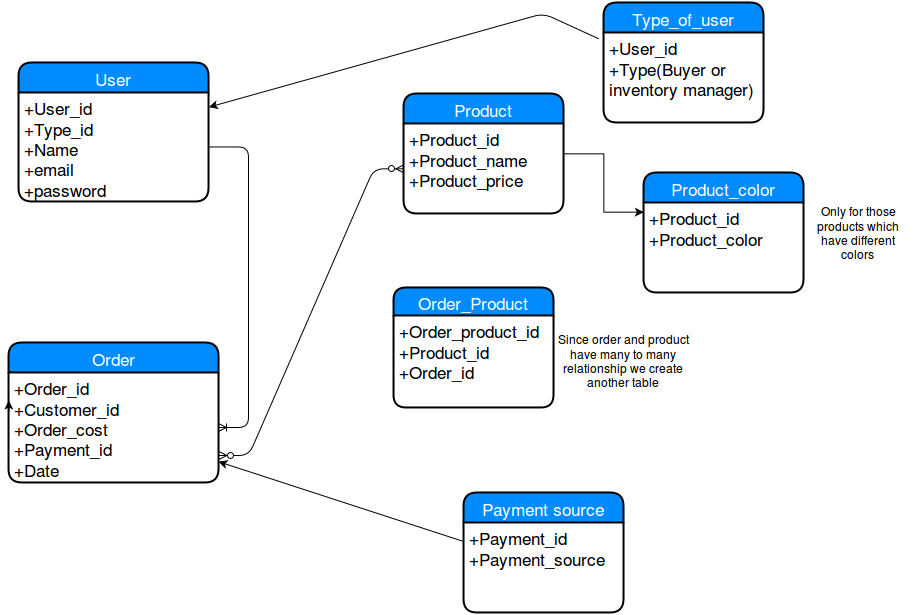
Earlier version of the draw.io export Basic_Design.png (deeps-webonise/RDBMS-Assignment). Source tidied: cells renumbered, new cells last; positions are measured from the earlier drawing's top-left corner, leaving out a move shared by most shapes. Its diagram source:
```xml
<mxGraphModel background="#ffffff">
  <root>
    <mxCell id="0" />
    <mxCell id="1" parent="0" />
    <mxCell id="2" value="Order" style="swimlane;html=1;horizontal=1;startSize=30;fillColor=#008cff;fontColor=#FFFFFF;rounded=1;fontSize=17;fontStyle=0;strokeWidth=2;shadow=0;dashed=0;align=center;" parent="1" vertex="1">
      <mxGeometry y="340" width="210" height="140" as="geometry" />
    </mxCell>
    <mxCell id="3" value="+Order_id&lt;br&gt;+Customer_id&lt;br&gt;+Order_cost&lt;br&gt;+Payment_id&lt;br&gt;+Date&lt;br&gt;&lt;br&gt;" style="whiteSpace=wrap;html=1;align=left;strokeColor=none;fillColor=none;spacingLeft=4;fontSize=17;verticalAlign=top;" parent="2" vertex="1">
      <mxGeometry y="30" width="210" height="110" as="geometry" />
    </mxCell>
    <mxCell id="4" style="edgeStyle=orthogonalEdgeStyle;rounded=0;html=1;exitX=0;exitY=0.5;entryX=0;entryY=0.25;jettySize=auto;" parent="2" edge="1" source="2" target="3">
      <mxGeometry relative="1" as="geometry" />
    </mxCell>
    <mxCell id="5" value="User" style="swimlane;html=1;horizontal=1;startSize=30;fillColor=#008cff;fontColor=#FFFFFF;rounded=1;fontSize=17;fontStyle=0;strokeWidth=2;shadow=0;dashed=0;align=center;" parent="1" vertex="1">
      <mxGeometry x="10" y="60" width="190" height="139" as="geometry" />
    </mxCell>
    <mxCell id="6" value="+User_id&lt;br&gt;+Type_id&lt;br&gt;+Name&lt;br&gt;+email&lt;br&gt;+password&lt;br&gt;" style="whiteSpace=wrap;html=1;align=left;strokeColor=none;fillColor=none;spacingLeft=4;fontSize=17;verticalAlign=top;" parent="5" vertex="1">
      <mxGeometry y="30" width="190" height="109" as="geometry" />
    </mxCell>
    <mxCell id="7" style="edgeStyle=entityRelationEdgeStyle;html=1;endArrow=ERoneToMany;" parent="1" edge="1" source="6" target="3">
      <mxGeometry relative="1" as="geometry" />
    </mxCell>
    <mxCell id="8" value="Order_Product" style="swimlane;html=1;horizontal=1;startSize=28;fillColor=#008cff;fontColor=#FFFFFF;rounded=1;fontSize=17;fontStyle=0;strokeWidth=2;shadow=0;dashed=0;align=center;" parent="1" vertex="1">
      <mxGeometry x="385" y="285" width="160" height="120" as="geometry" />
    </mxCell>
    <mxCell id="9" value="+Order_product_id&lt;br&gt;+Product_id&lt;br&gt;+Order_id&lt;br&gt;&lt;br&gt;" style="whiteSpace=wrap;html=1;align=left;strokeColor=none;fillColor=none;spacingLeft=4;fontSize=17;verticalAlign=top;" parent="8" vertex="1">
      <mxGeometry y="28" width="160" height="92" as="geometry" />
    </mxCell>
    <mxCell id="10" style="edgeStyle=orthogonalEdgeStyle;rounded=0;html=1;exitX=1;exitY=0.5;entryX=0;entryY=0.111;entryPerimeter=0;jettySize=auto;" parent="1" edge="1" source="11" target="22">
      <mxGeometry relative="1" as="geometry" />
    </mxCell>
    <mxCell id="11" value="Product" style="swimlane;html=1;horizontal=1;startSize=30;fillColor=#008cff;fontColor=#FFFFFF;rounded=1;fontSize=17;fontStyle=0;strokeWidth=2;shadow=0;dashed=0;align=center;" parent="1" vertex="1">
      <mxGeometry x="395" y="91" width="160" height="120" as="geometry" />
    </mxCell>
    <mxCell id="12" value="+Product_id&lt;br&gt;+Product_name&lt;br&gt;+Product_price&lt;br&gt;" style="whiteSpace=wrap;html=1;align=left;strokeColor=none;fillColor=none;spacingLeft=4;fontSize=17;verticalAlign=top;" parent="11" vertex="1">
      <mxGeometry y="30" width="160" height="90" as="geometry" />
    </mxCell>
    <mxCell id="13" style="edgeStyle=entityRelationEdgeStyle;html=1;endArrow=ERzeroToMany;endFill=1;startArrow=ERzeroToMany;exitX=1;exitY=0.75;entryX=0;entryY=0.5;" parent="1" edge="1" source="3" target="12">
      <mxGeometry relative="1" as="geometry" />
    </mxCell>
    <mxCell id="14" value="Since order and product have many to many relationship we create another table&lt;br&gt;" style="text;html=1;strokeColor=none;fillColor=none;align=center;verticalAlign=middle;whiteSpace=wrap;overflow=hidden;" parent="1" vertex="1">
      <mxGeometry x="545" y="324" width="140" height="70" as="geometry" />
    </mxCell>
    <mxCell id="15" style="endArrow=classic;html=1;exitX=-0.025;exitY=0.078;exitPerimeter=0;entryX=1.005;entryY=0.138;entryPerimeter=0;" parent="1" edge="1" source="17" target="6">
      <mxGeometry relative="1" as="geometry">
        <Array as="points">
          <mxPoint x="535" y="11" />
        </Array>
      </mxGeometry>
    </mxCell>
    <mxCell id="16" value="Type_of_user" style="swimlane;html=1;horizontal=1;startSize=30;fillColor=#008cff;fontColor=#FFFFFF;rounded=1;fontSize=17;fontStyle=0;strokeWidth=2;shadow=0;dashed=0;align=center;" parent="1" vertex="1">
      <mxGeometry x="595" width="160" height="120" as="geometry" />
    </mxCell>
    <mxCell id="17" value="+User_id&lt;br&gt;+Type(Buyer or inventory manager)&lt;br&gt;" style="whiteSpace=wrap;html=1;align=left;strokeColor=none;fillColor=none;spacingLeft=4;fontSize=17;verticalAlign=top;" parent="16" vertex="1">
      <mxGeometry y="30" width="160" height="90" as="geometry" />
    </mxCell>
    <mxCell id="18" value="Payment source&lt;br&gt;" style="swimlane;html=1;horizontal=1;startSize=30;fillColor=#008cff;fontColor=#FFFFFF;rounded=1;fontSize=17;fontStyle=0;strokeWidth=2;shadow=0;dashed=0;align=center;" parent="1" vertex="1">
      <mxGeometry x="455" y="490" width="160" height="120" as="geometry" />
    </mxCell>
    <mxCell id="19" value="+Payment_id&lt;br&gt;+Payment_source" style="whiteSpace=wrap;html=1;align=left;strokeColor=none;fillColor=none;spacingLeft=4;fontSize=17;verticalAlign=top;" parent="18" vertex="1">
      <mxGeometry y="30" width="160" height="90" as="geometry" />
    </mxCell>
    <mxCell id="20" style="endArrow=classic;html=1;" parent="1" edge="1" source="19" target="3">
      <mxGeometry relative="1" as="geometry" />
    </mxCell>
    <mxCell id="21" value="Product_color" style="swimlane;html=1;horizontal=1;startSize=30;fillColor=#008cff;fontColor=#FFFFFF;rounded=1;fontSize=17;fontStyle=0;strokeWidth=2;shadow=0;dashed=0;align=center;" parent="1" vertex="1">
      <mxGeometry x="635" y="170" width="160" height="120" as="geometry" />
    </mxCell>
    <mxCell id="22" value="+Product_id&lt;br&gt;+Product_color&lt;br&gt;" style="whiteSpace=wrap;html=1;align=left;strokeColor=none;fillColor=none;spacingLeft=4;fontSize=17;verticalAlign=top;" parent="21" vertex="1">
      <mxGeometry y="30" width="160" height="90" as="geometry" />
    </mxCell>
    <mxCell id="23" value="Only for those products which have different colors&lt;br&gt;" style="text;html=1;strokeColor=none;fillColor=none;align=center;verticalAlign=middle;whiteSpace=wrap;overflow=hidden;" parent="1" vertex="1">
      <mxGeometry x="795" y="183" width="110" height="95" as="geometry" />
    </mxCell>
  </root>
</mxGraphModel>
```
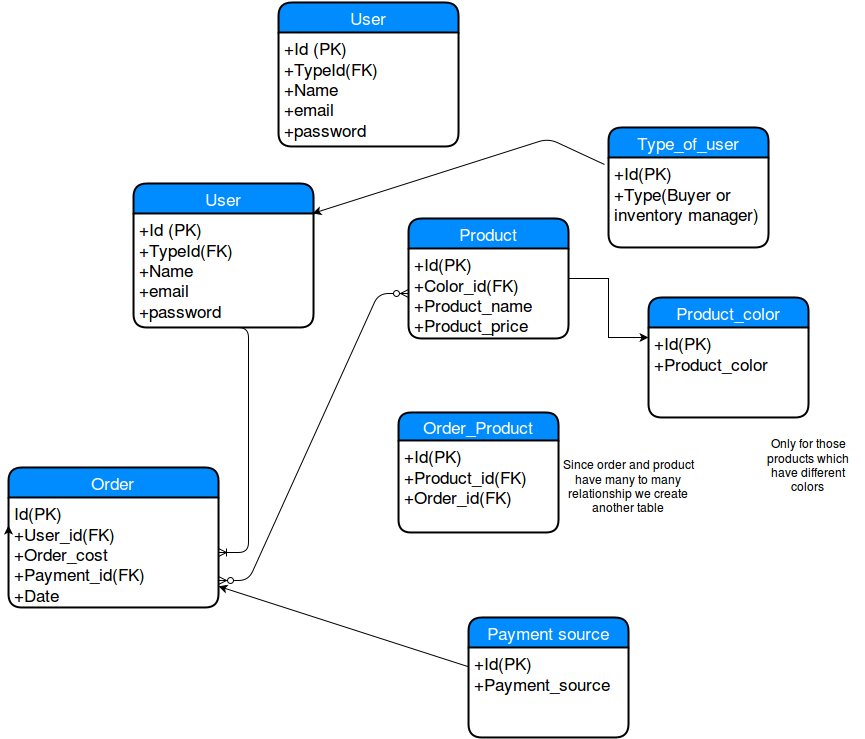
Later version of the same file.

Change to the diagram source:
```diff
@@ -3,36 +3,21 @@
     <mxCell id="0" />
     <mxCell id="1" parent="0" />
     <mxCell id="2" value="Order" style="swimlane;html=1;horizontal=1;startSize=30;fillColor=#008cff;fontColor=#FFFFFF;rounded=1;fontSize=17;fontStyle=0;strokeWidth=2;shadow=0;dashed=0;align=center;" parent="1" vertex="1">
-      <mxGeometry y="340" width="210" height="140" as="geometry" />
+      <mxGeometry x="-5" y="340" width="210" height="140" as="geometry" />
     </mxCell>
-    <mxCell id="3" value="+Order_id&lt;br&gt;+Customer_id&lt;br&gt;+Order_cost&lt;br&gt;+Payment_id&lt;br&gt;+Date&lt;br&gt;&lt;br&gt;" style="whiteSpace=wrap;html=1;align=left;strokeColor=none;fillColor=none;spacingLeft=4;fontSize=17;verticalAlign=top;" parent="2" vertex="1">
+    <mxCell id="3" value="Id(PK)&lt;br&gt;+User_id(FK)&lt;br&gt;+Order_cost&lt;br&gt;+Payment_id(FK)&lt;br&gt;+Date&lt;br&gt;&lt;br&gt;" style="whiteSpace=wrap;html=1;align=left;strokeColor=none;fillColor=none;spacingLeft=4;fontSize=17;verticalAlign=top;" parent="2" vertex="1">
       <mxGeometry y="30" width="210" height="110" as="geometry" />
     </mxCell>
     <mxCell id="4" style="edgeStyle=orthogonalEdgeStyle;rounded=0;html=1;exitX=0;exitY=0.5;entryX=0;entryY=0.25;jettySize=auto;" parent="2" edge="1" source="2" target="3">
       <mxGeometry relative="1" as="geometry" />
     </mxCell>
-    <mxCell id="5" value="User" style="swimlane;html=1;horizontal=1;startSize=30;fillColor=#008cff;fontColor=#FFFFFF;rounded=1;fontSize=17;fontStyle=0;strokeWidth=2;shadow=0;dashed=0;align=center;" parent="1" vertex="1">
-      <mxGeometry x="10" y="60" width="190" height="139" as="geometry" />
-    </mxCell>
-    <mxCell id="6" value="+User_id&lt;br&gt;+Type_id&lt;br&gt;+Name&lt;br&gt;+email&lt;br&gt;+password&lt;br&gt;" style="whiteSpace=wrap;html=1;align=left;strokeColor=none;fillColor=none;spacingLeft=4;fontSize=17;verticalAlign=top;" parent="5" vertex="1">
-      <mxGeometry y="30" width="190" height="109" as="geometry" />
-    </mxCell>
-    <mxCell id="7" style="edgeStyle=entityRelationEdgeStyle;html=1;endArrow=ERoneToMany;" parent="1" edge="1" source="6" target="3">
+    <mxCell id="7" style="edgeStyle=entityRelationEdgeStyle;html=1;endArrow=ERoneToMany;exitX=0.361;exitY=1;exitPerimeter=0;" parent="1" edge="1" source="25" target="3">
       <mxGeometry relative="1" as="geometry" />
     </mxCell>
-    <mxCell id="8" value="Order_Product" style="swimlane;html=1;horizontal=1;startSize=28;fillColor=#008cff;fontColor=#FFFFFF;rounded=1;fontSize=17;fontStyle=0;strokeWidth=2;shadow=0;dashed=0;align=center;" parent="1" vertex="1">
-      <mxGeometry x="385" y="285" width="160" height="120" as="geometry" />
-    </mxCell>
-    <mxCell id="9" value="+Order_product_id&lt;br&gt;+Product_id&lt;br&gt;+Order_id&lt;br&gt;&lt;br&gt;" style="whiteSpace=wrap;html=1;align=left;strokeColor=none;fillColor=none;spacingLeft=4;fontSize=17;verticalAlign=top;" parent="8" vertex="1">
-      <mxGeometry y="28" width="160" height="92" as="geometry" />
-    </mxCell>
-    <mxCell id="10" style="edgeStyle=orthogonalEdgeStyle;rounded=0;html=1;exitX=1;exitY=0.5;entryX=0;entryY=0.111;entryPerimeter=0;jettySize=auto;" parent="1" edge="1" source="11" target="22">
-      <mxGeometry relative="1" as="geometry" />
-    </mxCell>
     <mxCell id="11" value="Product" style="swimlane;html=1;horizontal=1;startSize=30;fillColor=#008cff;fontColor=#FFFFFF;rounded=1;fontSize=17;fontStyle=0;strokeWidth=2;shadow=0;dashed=0;align=center;" parent="1" vertex="1">
       <mxGeometry x="395" y="91" width="160" height="120" as="geometry" />
     </mxCell>
-    <mxCell id="12" value="+Product_id&lt;br&gt;+Product_name&lt;br&gt;+Product_price&lt;br&gt;" style="whiteSpace=wrap;html=1;align=left;strokeColor=none;fillColor=none;spacingLeft=4;fontSize=17;verticalAlign=top;" parent="11" vertex="1">
+    <mxCell id="12" value="+Id(PK)&lt;br&gt;+Color_id(FK)&lt;br&gt;+Product_name&lt;br&gt;+Product_price&lt;br&gt;" style="whiteSpace=wrap;html=1;align=left;strokeColor=none;fillColor=none;spacingLeft=4;fontSize=17;verticalAlign=top;" parent="11" vertex="1">
       <mxGeometry y="30" width="160" height="90" as="geometry" />
     </mxCell>
     <mxCell id="13" style="edgeStyle=entityRelationEdgeStyle;html=1;endArrow=ERzeroToMany;endFill=1;startArrow=ERzeroToMany;exitX=1;exitY=0.75;entryX=0;entryY=0.5;" parent="1" edge="1" source="3" target="12">
@@ -41,7 +26,7 @@
     <mxCell id="14" value="Since order and product have many to many relationship we create another table&lt;br&gt;" style="text;html=1;strokeColor=none;fillColor=none;align=center;verticalAlign=middle;whiteSpace=wrap;overflow=hidden;" parent="1" vertex="1">
       <mxGeometry x="545" y="324" width="140" height="70" as="geometry" />
     </mxCell>
-    <mxCell id="15" style="endArrow=classic;html=1;exitX=-0.025;exitY=0.078;exitPerimeter=0;entryX=1.005;entryY=0.138;entryPerimeter=0;" parent="1" edge="1" source="17" target="6">
+    <mxCell id="15" style="endArrow=classic;html=1;exitX=-0.025;exitY=0.078;exitPerimeter=0;entryX=0.994;entryY=0;entryPerimeter=0;" parent="1" edge="1" source="17" target="25">
       <mxGeometry relative="1" as="geometry">
         <Array as="points">
           <mxPoint x="535" y="11" />
@@ -51,13 +36,13 @@
     <mxCell id="16" value="Type_of_user" style="swimlane;html=1;horizontal=1;startSize=30;fillColor=#008cff;fontColor=#FFFFFF;rounded=1;fontSize=17;fontStyle=0;strokeWidth=2;shadow=0;dashed=0;align=center;" parent="1" vertex="1">
       <mxGeometry x="595" width="160" height="120" as="geometry" />
     </mxCell>
-    <mxCell id="17" value="+User_id&lt;br&gt;+Type(Buyer or inventory manager)&lt;br&gt;" style="whiteSpace=wrap;html=1;align=left;strokeColor=none;fillColor=none;spacingLeft=4;fontSize=17;verticalAlign=top;" parent="16" vertex="1">
+    <mxCell id="17" value="+Id(PK)&lt;br&gt;+Type(Buyer or inventory manager)&lt;br&gt;" style="whiteSpace=wrap;html=1;align=left;strokeColor=none;fillColor=none;spacingLeft=4;fontSize=17;verticalAlign=top;" parent="16" vertex="1">
       <mxGeometry y="30" width="160" height="90" as="geometry" />
     </mxCell>
     <mxCell id="18" value="Payment source&lt;br&gt;" style="swimlane;html=1;horizontal=1;startSize=30;fillColor=#008cff;fontColor=#FFFFFF;rounded=1;fontSize=17;fontStyle=0;strokeWidth=2;shadow=0;dashed=0;align=center;" parent="1" vertex="1">
       <mxGeometry x="455" y="490" width="160" height="120" as="geometry" />
     </mxCell>
-    <mxCell id="19" value="+Payment_id&lt;br&gt;+Payment_source" style="whiteSpace=wrap;html=1;align=left;strokeColor=none;fillColor=none;spacingLeft=4;fontSize=17;verticalAlign=top;" parent="18" vertex="1">
+    <mxCell id="19" value="+Id(PK)&lt;br&gt;+Payment_source" style="whiteSpace=wrap;html=1;align=left;strokeColor=none;fillColor=none;spacingLeft=4;fontSize=17;verticalAlign=top;" parent="18" vertex="1">
       <mxGeometry y="30" width="160" height="90" as="geometry" />
     </mxCell>
     <mxCell id="20" style="endArrow=classic;html=1;" parent="1" edge="1" source="19" target="3">
@@ -66,11 +51,35 @@
     <mxCell id="21" value="Product_color" style="swimlane;html=1;horizontal=1;startSize=30;fillColor=#008cff;fontColor=#FFFFFF;rounded=1;fontSize=17;fontStyle=0;strokeWidth=2;shadow=0;dashed=0;align=center;" parent="1" vertex="1">
       <mxGeometry x="635" y="170" width="160" height="120" as="geometry" />
     </mxCell>
-    <mxCell id="22" value="+Product_id&lt;br&gt;+Product_color&lt;br&gt;" style="whiteSpace=wrap;html=1;align=left;strokeColor=none;fillColor=none;spacingLeft=4;fontSize=17;verticalAlign=top;" parent="21" vertex="1">
+    <mxCell id="22" value="+Id(PK)&lt;br&gt;+Product_color&lt;br&gt;" style="whiteSpace=wrap;html=1;align=left;strokeColor=none;fillColor=none;spacingLeft=4;fontSize=17;verticalAlign=top;" parent="21" vertex="1">
       <mxGeometry y="30" width="160" height="90" as="geometry" />
     </mxCell>
+    <mxCell id="10" style="edgeStyle=orthogonalEdgeStyle;rounded=0;html=1;exitX=1;exitY=0.5;entryX=0;entryY=0.111;entryPerimeter=0;jettySize=auto;" parent="1" edge="1" source="11" target="22">
+      <mxGeometry relative="1" as="geometry" />
+    </mxCell>
     <mxCell id="23" value="Only for those products which have different colors&lt;br&gt;" style="text;html=1;strokeColor=none;fillColor=none;align=center;verticalAlign=middle;whiteSpace=wrap;overflow=hidden;" parent="1" vertex="1">
-      <mxGeometry x="795" y="183" width="110" height="95" as="geometry" />
+      <mxGeometry x="740" y="290" width="110" height="95" as="geometry" />
     </mxCell>
+    <mxCell id="8" value="Order_Product" style="swimlane;html=1;horizontal=1;startSize=28;fillColor=#008cff;fontColor=#FFFFFF;rounded=1;fontSize=17;fontStyle=0;strokeWidth=2;shadow=0;dashed=0;align=center;" parent="1" vertex="1">
+      <mxGeometry x="385" y="285" width="160" height="120" as="geometry" />
+    </mxCell>
+    <mxCell id="9" value="+Id(PK)&lt;br&gt;+Product_id(FK)&lt;br&gt;+Order_id(FK)&lt;br&gt;&lt;br&gt;" style="whiteSpace=wrap;html=1;align=left;strokeColor=none;fillColor=none;spacingLeft=4;fontSize=17;verticalAlign=top;" parent="8" vertex="1">
+      <mxGeometry y="28" width="160" height="92" as="geometry" />
+    </mxCell>
+    <mxCell id="24" value="User" style="swimlane;html=1;horizontal=1;startSize=30;fillColor=#008cff;fontColor=#FFFFFF;rounded=1;fontSize=17;fontStyle=0;strokeWidth=2;shadow=0;dashed=0;align=center;" parent="1" vertex="1">
+      <mxGeometry x="120" y="56" width="180" height="144" as="geometry" />
+    </mxCell>
+    <mxCell id="25" value="+Id (PK)&lt;br&gt;+TypeId(FK)&lt;br&gt;+Name&lt;br&gt;+email&lt;br&gt;+password&lt;br&gt;" style="whiteSpace=wrap;html=1;align=left;strokeColor=none;fillColor=none;spacingLeft=4;fontSize=17;verticalAlign=top;" parent="24" vertex="1">
+      <mxGeometry y="30" width="180" height="114" as="geometry" />
+    </mxCell>
+    <mxCell id="26" value="User" style="swimlane;html=1;horizontal=1;startSize=30;fillColor=#008cff;fontColor=#FFFFFF;rounded=1;fontSize=17;fontStyle=0;strokeWidth=2;shadow=0;dashed=0;align=center;" parent="1" vertex="1">
+      <mxGeometry x="265" y="-125" width="180" height="144" as="geometry" />
+    </mxCell>
+    <mxCell id="27" value="+Id (PK)&lt;br&gt;+TypeId(FK)&lt;br&gt;+Name&lt;br&gt;+email&lt;br&gt;+password&lt;br&gt;" style="whiteSpace=wrap;html=1;align=left;strokeColor=none;fillColor=none;spacingLeft=4;fontSize=17;verticalAlign=top;" parent="26" vertex="1">
+      <mxGeometry y="30" width="180" height="114" as="geometry" />
+    </mxCell>
+    <mxCell id="28" style="edgeStyle=orthogonalEdgeStyle;rounded=0;html=1;exitX=0.75;exitY=0;entryX=0.75;entryY=0;jettySize=auto;orthogonalLoop=1;" parent="1" edge="1" source="8" target="8">
+      <mxGeometry relative="1" as="geometry" />
+    </mxCell>
   </root>
 </mxGraphModel>
```
